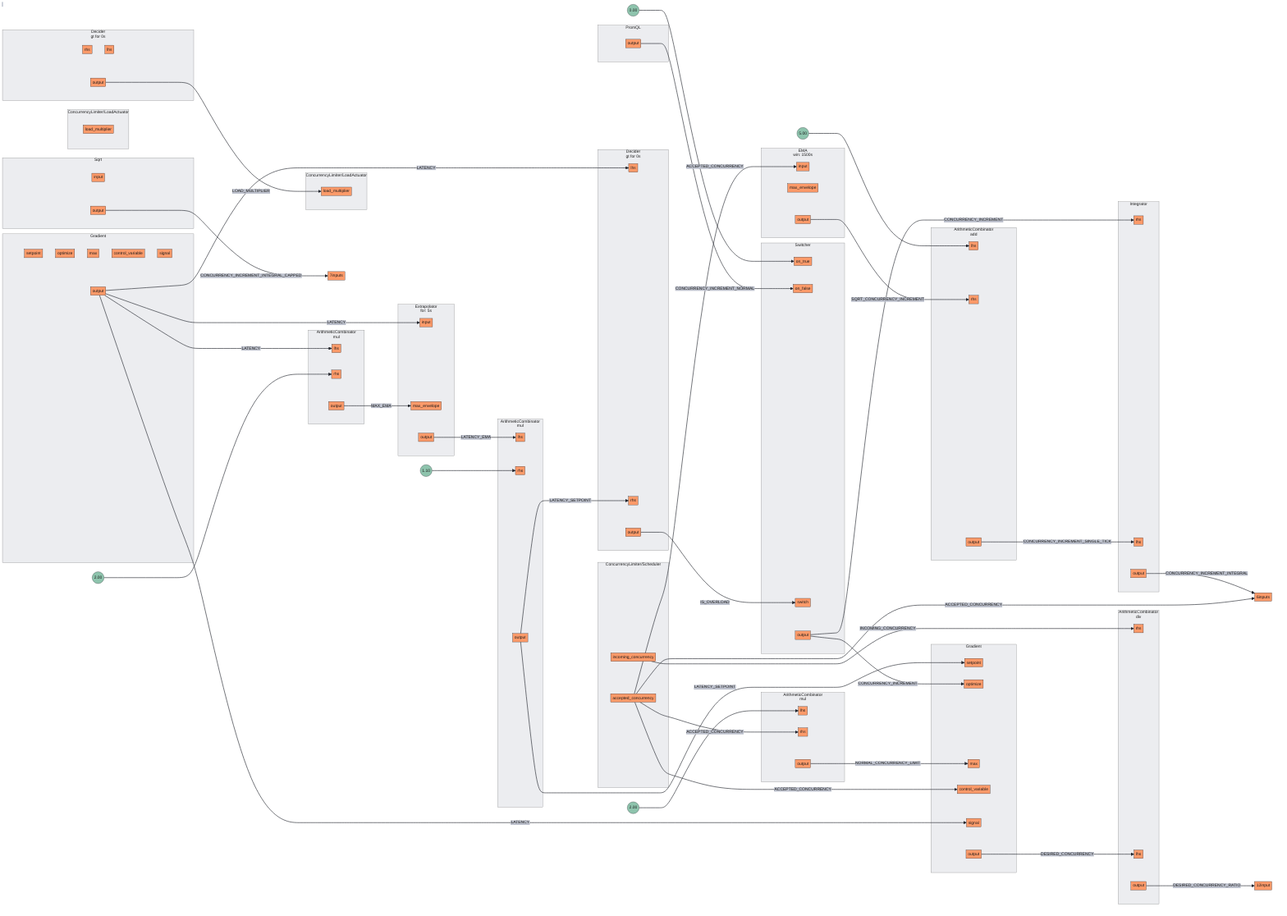
The Mermaid diagram docs/content/tutorials/flow-control/assets/basic-concurrency-limiting/basic-concurrency-limiting.mmd.png in fluxninja/aperture, before a commit. Its source is kept beside it as docs/content/tutorials/flow-control/assets/basic-concurrency-limiting/basic-concurrency-limiting.mmd.
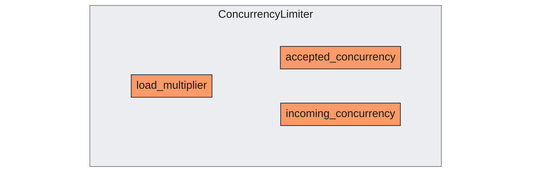
Later version of the same file.

Diff of the diagram source:
```diff
@@ -1,221 +1,12 @@
 flowchart LR
-subgraph 0[<center>ArithmeticCombinator<br/>mul</center>]
-subgraph 0_inports[ ]
-style 0_inports fill:none,stroke:none
-0lhs[lhs]
-0rhs[rhs]
+subgraph root.11[ConcurrencyLimiter]
+subgraph root.11_inports[ ]
+style root.11_inports fill:none,stroke:none
+root.11load_multiplier[load_multiplier]
 end
-subgraph 0_outports[ ]
-style 0_outports fill:none,stroke:none
-0output[output]
+subgraph root.11_outports[ ]
+style root.11_outports fill:none,stroke:none
+root.11accepted_concurrency[accepted_concurrency]
+root.11incoming_concurrency[incoming_concurrency]
 end
 end
-FakeConstant0((2.00))
-FakeConstant0 --> 0rhs
-subgraph 1[<center>ArithmeticCombinator<br/>mul</center>]
-subgraph 1_inports[ ]
-style 1_inports fill:none,stroke:none
-1lhs[lhs]
-1rhs[rhs]
-end
-subgraph 1_outports[ ]
-style 1_outports fill:none,stroke:none
-1output[output]
-end
-end
-FakeConstant1((1.10))
-FakeConstant1 --> 1rhs
-subgraph 2[<center>ArithmeticCombinator<br/>div</center>]
-subgraph 2_inports[ ]
-style 2_inports fill:none,stroke:none
-2rhs[rhs]
-2lhs[lhs]
-end
-subgraph 2_outports[ ]
-style 2_outports fill:none,stroke:none
-2output[output]
-end
-end
-subgraph 3[<center>ArithmeticCombinator<br/>mul</center>]
-subgraph 3_inports[ ]
-style 3_inports fill:none,stroke:none
-3lhs[lhs]
-3rhs[rhs]
-end
-subgraph 3_outports[ ]
-style 3_outports fill:none,stroke:none
-3output[output]
-end
-end
-FakeConstant2((2.00))
-FakeConstant2 --> 3lhs
-subgraph 4[<center>ArithmeticCombinator<br/>add</center>]
-subgraph 4_inports[ ]
-style 4_inports fill:none,stroke:none
-4lhs[lhs]
-4rhs[rhs]
-end
-subgraph 4_outports[ ]
-style 4_outports fill:none,stroke:none
-4output[output]
-end
-end
-FakeConstant3((5.00))
-FakeConstant3 --> 4lhs
-subgraph 5[Integrator]
-subgraph 5_inports[ ]
-style 5_inports fill:none,stroke:none
-5rhs[rhs]
-5lhs[lhs]
-end
-subgraph 5_outports[ ]
-style 5_outports fill:none,stroke:none
-5output[output]
-end
-end
-subgraph 6[Sqrt]
-subgraph 6_inports[ ]
-style 6_inports fill:none,stroke:none
-6input[input]
-end
-subgraph 6_outports[ ]
-style 6_outports fill:none,stroke:none
-6output[output]
-end
-end
-subgraph 7[PromQL]
-subgraph 7_outports[ ]
-style 7_outports fill:none,stroke:none
-7output[output]
-end
-end
-subgraph 8[<center>EMA<br/>win: 1500s</center>]
-subgraph 8_inports[ ]
-style 8_inports fill:none,stroke:none
-8input[input]
-8max_envelope[max_envelope]
-end
-subgraph 8_outports[ ]
-style 8_outports fill:none,stroke:none
-8output[output]
-end
-end
-subgraph 9[Gradient]
-subgraph 9_inports[ ]
-style 9_inports fill:none,stroke:none
-9setpoint[setpoint]
-9optimize[optimize]
-9max[max]
-9control_variable[control_variable]
-9signal[signal]
-end
-subgraph 9_outports[ ]
-style 9_outports fill:none,stroke:none
-9output[output]
-end
-end
-subgraph 10[<center>Extrapolator<br/>for: 5s</center>]
-subgraph 10_inports[ ]
-style 10_inports fill:none,stroke:none
-10input[input]
-10max_envelope[max_envelope]
-end
-subgraph 10_outports[ ]
-style 10_outports fill:none,stroke:none
-10output[output]
-end
-end
-subgraph 11[Gradient]
-subgraph 11_inports[ ]
-style 11_inports fill:none,stroke:none
-11setpoint[setpoint]
-11optimize[optimize]
-11max[max]
-11control_variable[control_variable]
-11signal[signal]
-end
-subgraph 11_outports[ ]
-style 11_outports fill:none,stroke:none
-11output[output]
-end
-end
-subgraph 11.LoadActuator[ConcurrencyLimiter/LoadActuator]
-subgraph 11.LoadActuator_inports[ ]
-style 11.LoadActuator_inports fill:none,stroke:none
-11.LoadActuatorload_multiplier[load_multiplier]
-end
-end
-subgraph 12[<center>Decider<br/>gt for 0s</center>]
-subgraph 12_inports[ ]
-style 12_inports fill:none,stroke:none
-12rhs[rhs]
-12lhs[lhs]
-end
-subgraph 12_outports[ ]
-style 12_outports fill:none,stroke:none
-12output[output]
-end
-end
-subgraph 13.Scheduler[ConcurrencyLimiter/Scheduler]
-subgraph 13.Scheduler_outports[ ]
-style 13.Scheduler_outports fill:none,stroke:none
-13.Schedulerincoming_concurrency[incoming_concurrency]
-13.Scheduleraccepted_concurrency[accepted_concurrency]
-end
-end
-subgraph 13.LoadActuator[ConcurrencyLimiter/LoadActuator]
-subgraph 13.LoadActuator_inports[ ]
-style 13.LoadActuator_inports fill:none,stroke:none
-13.LoadActuatorload_multiplier[load_multiplier]
-end
-end
-subgraph 15[Switcher]
-subgraph 15_inports[ ]
-style 15_inports fill:none,stroke:none
-15on_true[on_true]
-15on_false[on_false]
-15switch[switch]
-end
-subgraph 15_outports[ ]
-style 15_outports fill:none,stroke:none
-15output[output]
-end
-end
-FakeConstant5((0.00))
-FakeConstant5 --> 15on_true
-subgraph 14[<center>Decider<br/>gt for 0s</center>]
-subgraph 14_inports[ ]
-style 14_inports fill:none,stroke:none
-14lhs[lhs]
-14rhs[rhs]
-end
-subgraph 14_outports[ ]
-style 14_outports fill:none,stroke:none
-14output[output]
-end
-end
-1output --> |LATENCY_SETPOINT| 11setpoint
-1output --> |LATENCY_SETPOINT| 14rhs
-15output --> |CONCURRENCY_INCREMENT| 5rhs
-15output --> |CONCURRENCY_INCREMENT| 11optimize
-8output --> |SQRT_CONCURRENCY_INCREMENT| 4rhs
-13.Schedulerincoming_concurrency --> |INCOMING_CONCURRENCY| 2rhs
-0output --> |MAX_EMA| 10max_envelope
-6output --> |CONCURRENCY_INCREMENT_INTEGRAL_CAPPED| 7inputs
-4output --> |CONCURRENCY_INCREMENT_SINGLE_TICK| 5lhs
-5output --> |CONCURRENCY_INCREMENT_INTEGRAL| 6inputs
-9output --> |LATENCY| 0lhs
-9output --> |LATENCY| 10input
-9output --> |LATENCY| 11signal
-9output --> |LATENCY| 14lhs
-10output --> |LATENCY_EMA| 1lhs
-11output --> |DESIRED_CONCURRENCY| 2lhs
-14output --> |IS_OVERLOAD| 15switch
-2output --> |DESIRED_CONCURRENCY_RATIO| 12input
-3output --> |NORMAL_CONCURRENCY_LIMIT| 11max
-13.Scheduleraccepted_concurrency --> |ACCEPTED_CONCURRENCY| 3rhs
-13.Scheduleraccepted_concurrency --> |ACCEPTED_CONCURRENCY| 6inputs
-13.Scheduleraccepted_concurrency --> |ACCEPTED_CONCURRENCY| 8input
-13.Scheduleraccepted_concurrency --> |ACCEPTED_CONCURRENCY| 11control_variable
-7output --> |CONCURRENCY_INCREMENT_NORMAL| 15on_false
-12output --> |LOAD_MULTIPLIER| 13.LoadActuatorload_multiplier
```
